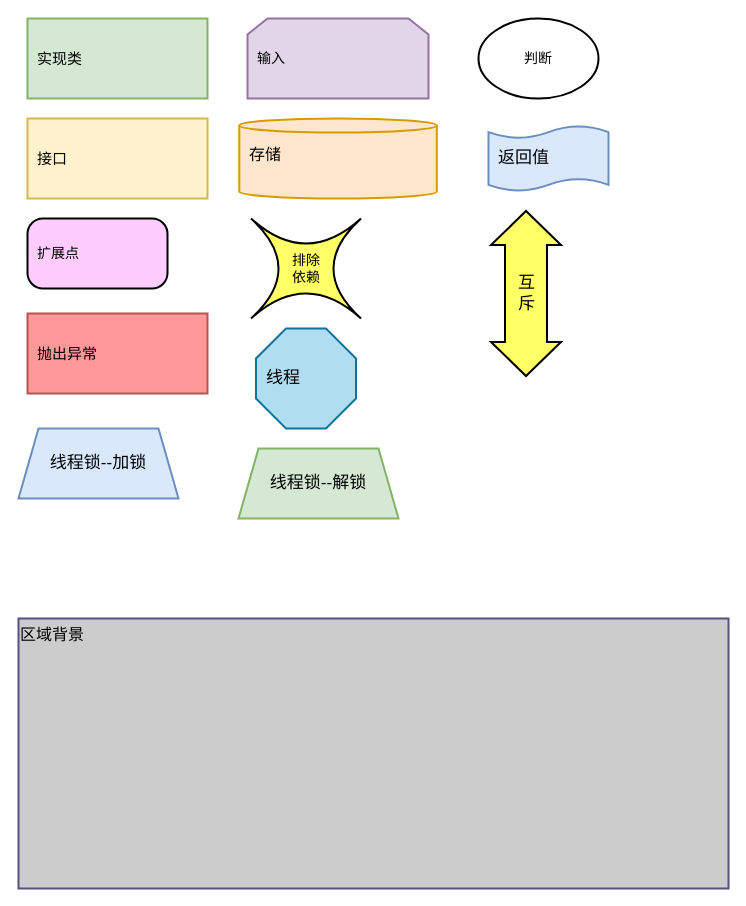
The draw.io diagram java/spring/new_world/0000_graph_sample.drawio in liujinsuozn8/memobook, before the edit. Source tidied: cells renumbered, new cells numbered last; positions are measured from the earlier drawing's top-left corner, leaving out a move shared by most shapes. Both pictures are drawn from the tidied source at 100%, with x=0, y=0 at pixel (18, 18).
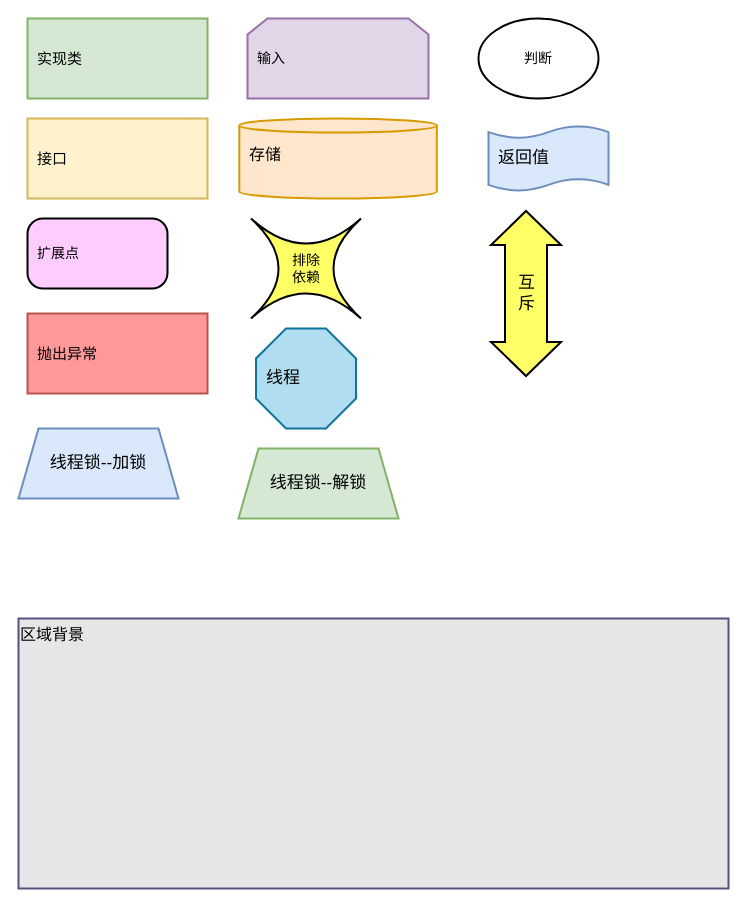
The same page after the edit.

The edit, as a diff of the source:
```diff
@@
 <mxGraphModel>
   <root>
     <mxCell id="0" />
     <mxCell id="1" parent="0" />
     <mxCell id="2" value="&lt;font face=&quot;dengxian&quot;&gt;&lt;span style=&quot;font-size: 14px&quot;&gt;输入&lt;/span&gt;&lt;/font&gt;" style="shape=loopLimit;whiteSpace=wrap;html=1;spacing=2;align=left;labelBackgroundColor=none;labelBorderColor=none;fillColor=#e1d5e7;strokeColor=#9673a6;rounded=0;horizontal=1;verticalAlign=middle;labelPosition=center;verticalLabelPosition=middle;perimeterSpacing=4;strokeWidth=2;spacing=10;" parent="1" vertex="1">
       <mxGeometry x="229" width="181" height="80" as="geometry" />
     </mxCell>
     <mxCell id="3" value="&lt;p style=&quot;color: rgb(255 , 255 , 255) ; text-indent: 0in ; line-height: normal ; margin: 0pt 0in ; word-break: normal ; font-size: 15px&quot;&gt;&lt;/p&gt;&lt;span style=&quot;color: black ; font-family: &amp;#34;dengxian&amp;#34; ; font-size: 15px ; text-indent: 0in&quot;&gt;实现类&lt;br&gt;&lt;/span&gt;" style="rounded=0;whiteSpace=wrap;html=1;strokeWidth=2;align=left;fillColor=#d5e8d4;spacing=10;strokeColor=#82b366;" parent="1" vertex="1">
       <mxGeometry x="9" width="180" height="80" as="geometry" />
     </mxCell>
-    <mxCell id="4" value="区域背景" style="rounded=0;whiteSpace=wrap;html=1;fontSize=16;strokeColor=#56517e;strokeWidth=2;align=left;fillColor=#CCCCCC;verticalAlign=top;" parent="1" vertex="1">
+    <mxCell id="4" value="区域背景" style="rounded=0;whiteSpace=wrap;html=1;fontSize=16;strokeColor=#56517e;strokeWidth=2;align=left;verticalAlign=top;fillColor=#E6E6E6;" parent="1" vertex="1">
       <mxGeometry y="600" width="710" height="270" as="geometry" />
     </mxCell>
     <mxCell id="5" value="&lt;p style=&quot;color: rgb(255 , 255 , 255) ; text-indent: 0in ; line-height: normal ; margin: 0pt 0in ; word-break: normal ; font-size: 15px&quot;&gt;&lt;/p&gt;&lt;span style=&quot;color: black ; font-family: &amp;#34;dengxian&amp;#34; ; font-size: 15px ; text-indent: 0in&quot;&gt;接口&lt;br&gt;&lt;/span&gt;" style="rounded=0;whiteSpace=wrap;html=1;strokeWidth=2;align=left;fillColor=#fff2cc;spacing=10;strokeColor=#d6b656;" parent="1" vertex="1">
       <mxGeometry x="9" y="100" width="180" height="80" as="geometry" />
     </mxCell>
     <mxCell id="6" value="判断" style="ellipse;whiteSpace=wrap;html=1;strokeWidth=2;fontSize=14;" parent="1" vertex="1">
       <mxGeometry x="460" width="120" height="80" as="geometry" />
     </mxCell>
     <mxCell id="7" value="扩展点" style="rounded=1;whiteSpace=wrap;html=1;fontSize=14;strokeWidth=2;arcSize=22;align=left;spacing=10;fillColor=#FFCCFF;" parent="1" vertex="1">
       <mxGeometry x="9" y="200" width="140" height="70" as="geometry" />
     </mxCell>
     <mxCell id="8" value="排除&lt;br&gt;依赖" style="shape=switch;whiteSpace=wrap;html=1;fontSize=14;strokeColor=#000000;strokeWidth=2;fillColor=#FFFF66;" parent="1" vertex="1">
       <mxGeometry x="232.5" y="200" width="110" height="100" as="geometry" />
     </mxCell>
     <mxCell id="9" value="互&lt;br style=&quot;font-size: 17px;&quot;&gt;斥" style="html=1;shadow=0;dashed=0;align=center;verticalAlign=middle;shape=mxgraph.arrows2.twoWayArrow;dy=0.4;dx=34;fontSize=17;strokeColor=#000000;strokeWidth=2;fillColor=#FFFF66;rotation=90;horizontal=0;" parent="1" vertex="1">
       <mxGeometry x="425" y="240" width="165" height="70" as="geometry" />
     </mxCell>
     <mxCell id="10" value="&lt;p style=&quot;color: rgb(255 , 255 , 255) ; text-indent: 0in ; line-height: normal ; margin: 0pt 0in ; word-break: normal ; font-size: 15px&quot;&gt;&lt;/p&gt;&lt;span style=&quot;color: black ; font-family: &amp;#34;dengxian&amp;#34; ; font-size: 15px ; text-indent: 0in&quot;&gt;抛出异常&lt;br&gt;&lt;/span&gt;" style="rounded=0;whiteSpace=wrap;html=1;strokeWidth=2;align=left;spacing=10;strokeColor=#b85450;fillColor=#FF9999;" parent="1" vertex="1">
       <mxGeometry x="9" y="295" width="180" height="80" as="geometry" />
     </mxCell>
     <mxCell id="11" value="线程锁--加锁" style="shape=trapezoid;perimeter=trapezoidPerimeter;whiteSpace=wrap;html=1;fixedSize=1;fontSize=17;strokeColor=#6c8ebf;strokeWidth=2;fillColor=#dae8fc;" parent="1" vertex="1">
       <mxGeometry y="410" width="160" height="70" as="geometry" />
     </mxCell>
     <mxCell id="12" value="线程锁--解锁" style="shape=trapezoid;perimeter=trapezoidPerimeter;whiteSpace=wrap;html=1;fixedSize=1;fontSize=17;strokeColor=#82b366;strokeWidth=2;fillColor=#d5e8d4;" parent="1" vertex="1">
       <mxGeometry x="220" y="430" width="160" height="70" as="geometry" />
     </mxCell>
     <mxCell id="13" value="返回值" style="shape=tape;whiteSpace=wrap;html=1;strokeWidth=2;size=0.19;fontSize=17;strokeColor=#6c8ebf;align=left;spacing=10;fillColor=#dae8fc;" parent="1" vertex="1">
       <mxGeometry x="470" y="107.5" width="120" height="65" as="geometry" />
     </mxCell>
     <mxCell id="14" value="线程" style="whiteSpace=wrap;html=1;shape=mxgraph.basic.octagon2;align=left;verticalAlign=middle;dx=15;fontSize=17;strokeColor=#10739e;strokeWidth=2;fillColor=#b1ddf0;spacing=10；;" parent="1" vertex="1">
       <mxGeometry x="237.5" y="310" width="100" height="100" as="geometry" />
     </mxCell>
     <mxCell id="15" value="&lt;div&gt;存储&lt;/div&gt;&lt;div&gt;&lt;br&gt;&lt;/div&gt;" style="shape=cylinder3;whiteSpace=wrap;html=1;boundedLbl=1;backgroundOutline=1;size=7;rounded=0;fontSize=16;strokeColor=#d79b00;strokeWidth=2;fillColor=#ffe6cc;align=left;spacing=10;" parent="1" vertex="1">
       <mxGeometry x="220.8" y="100" width="197.5" height="80" as="geometry" />
     </mxCell>
   </root>
 </mxGraphModel>
```
